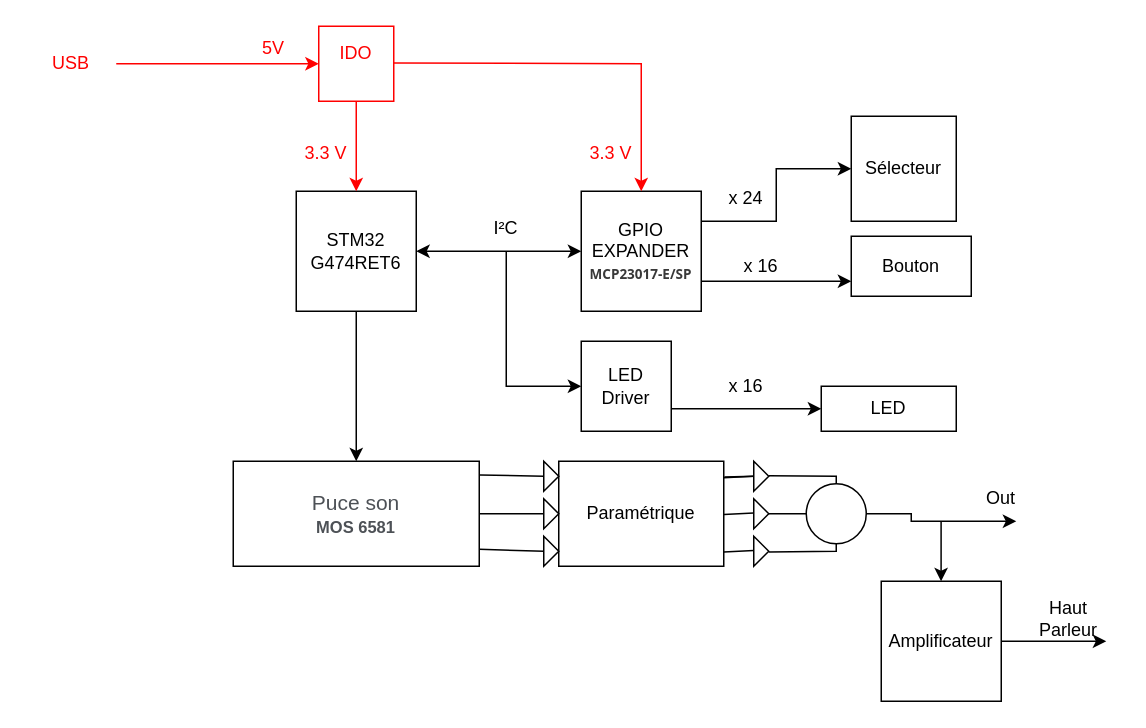
YaelCAV/2324_Projet1A_Sequencer keeps this draw.io diagram as Diagramme d'architecture vfinal.drawio. Above is the earlier version. Source tidied: cells renumbered, new cells numbered last; positions are measured from the earlier drawing's top-left corner, leaving out a move shared by most shapes. Both pictures are drawn from the tidied source at 150%, with x=0, y=0 at pixel (26, 26).
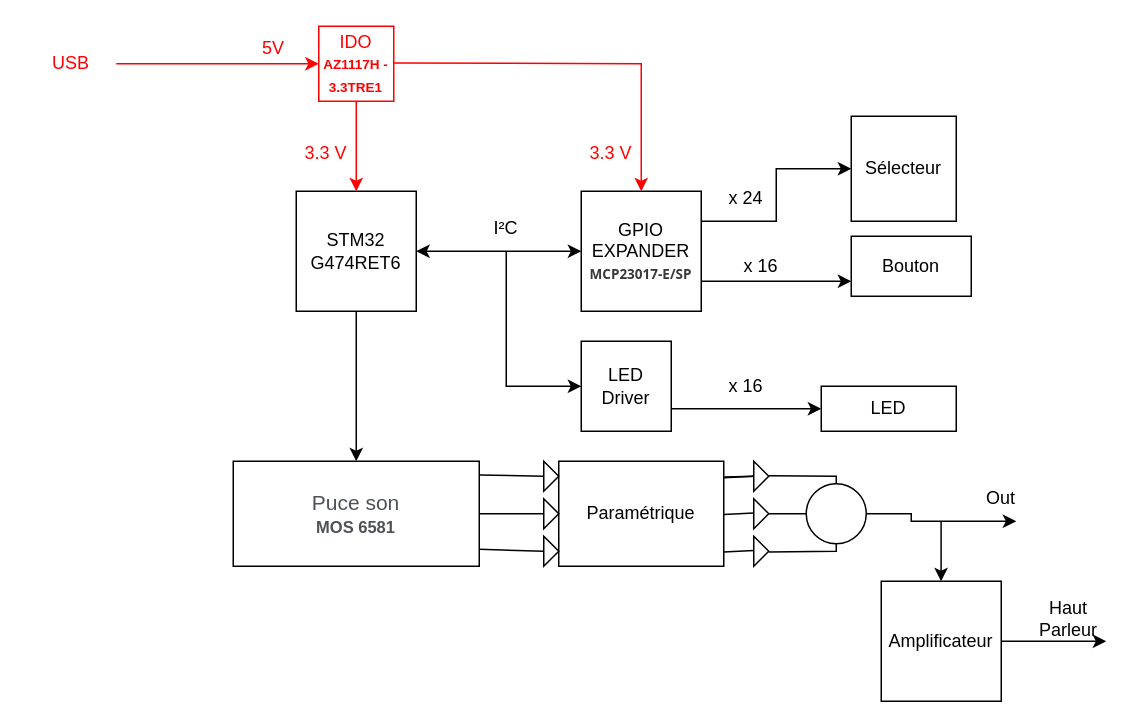
Above is the later version.

Commit message:
Mettre à jour Diagramme d'architecture vfinal.drawio

The edit, as a diff of the source:
```diff
@@
-    <mxCell id="8" value="IDO&lt;div&gt;&lt;br&gt;&lt;/div&gt;" style="whiteSpace=wrap;html=1;strokeColor=#FF0000;fontColor=#FF0000;" parent="1" vertex="1">
+    <mxCell id="8" value="IDO&lt;div&gt;&lt;font style=&quot;font-size: 9px;&quot;&gt;&lt;b&gt;AZ1117H - 3.3TRE1&lt;/b&gt;&lt;/font&gt;&lt;br&gt;&lt;/div&gt;" style="whiteSpace=wrap;html=1;strokeColor=#FF0000;fontColor=#FF0000;" parent="1" vertex="1">
       <mxGeometry x="195" width="50" height="50" as="geometry" />
     </mxCell>
```
